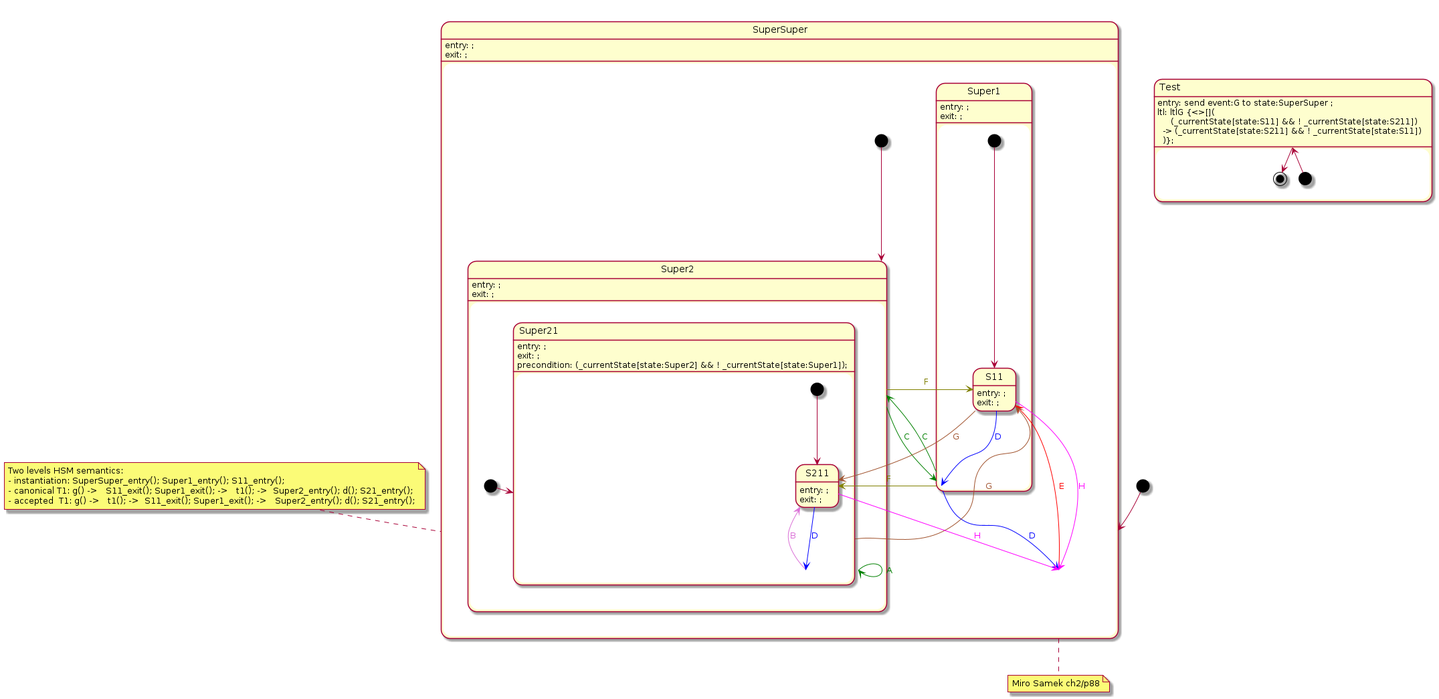
Earlier version of the PlantUML export plantuml/hsm/hsm2.png (melintea/upml). Its source is kept beside it as plantuml/hsm/hsm2.plantuml.
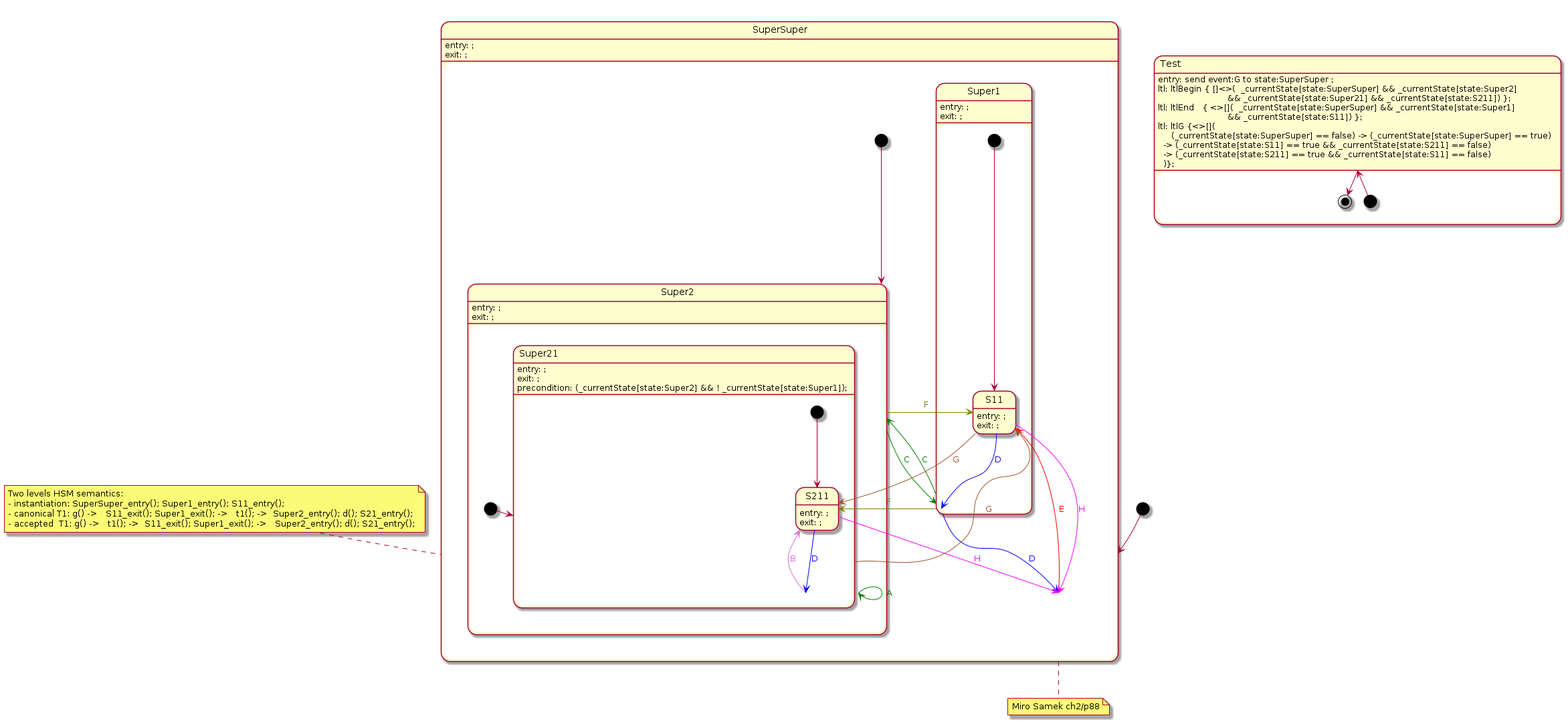
Above is the later version.

Commit message:
WIP: spin HSM

Diff of the diagram source:
```diff
@@ -71,9 +71,14 @@
 [*] --> Test
 Test --> [*]
 Test: entry: send event:G to state:SuperSuper ;
+Test: ltl: ltlBegin { []<>(  _currentState[state:SuperSuper] && _currentState[state:Super2] \n\
+                          && _currentState[state:Super21] && _currentState[state:S211]) };
+Test: ltl: ltlEnd   { <>[](  _currentState[state:SuperSuper] && _currentState[state:Super1] \n\
+                          && _currentState[state:S11]) };
 Test: ltl: ltlG {<>[]( \n\
-     (_currentState[state:S11] && ! _currentState[state:S211]) \n\
-  -> (_currentState[state:S211] && ! _currentState[state:S11]) \n\
+     (_currentState[state:SuperSuper] == false) -> (_currentState[state:SuperSuper] == true) \n\
+  -> (_currentState[state:S11] == true && _currentState[state:S211] == false) \n\
+  -> (_currentState[state:S211] == true && _currentState[state:S11] == false) \n\
   )};
 }
 
```
